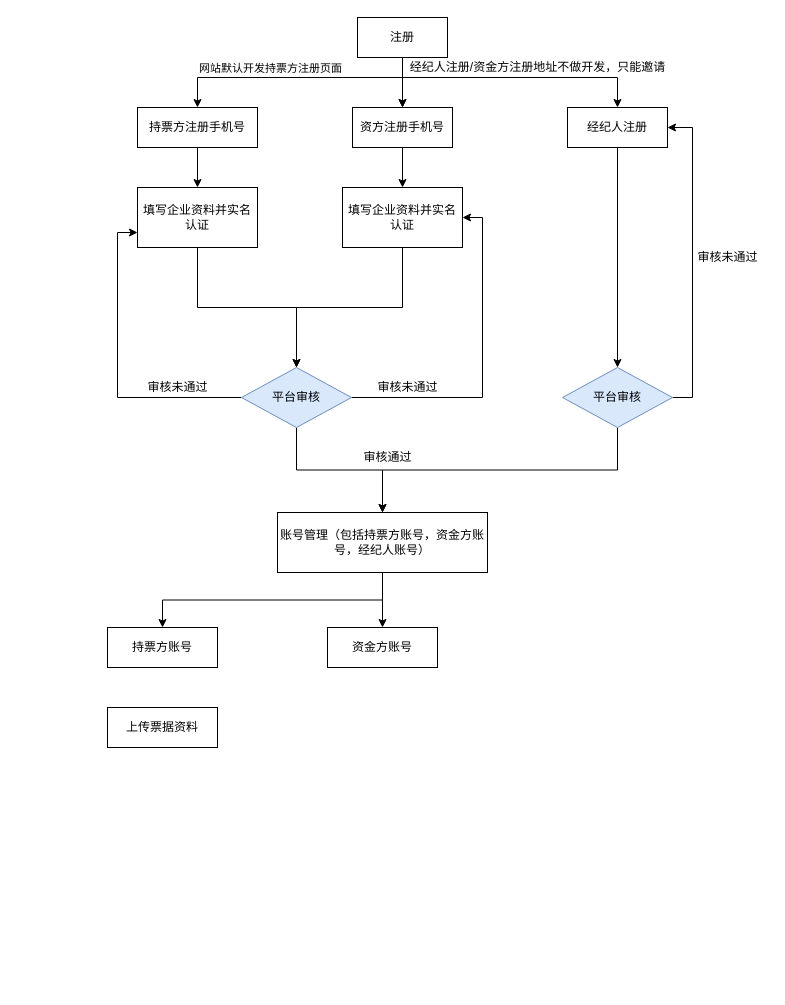
The draw.io diagram .github/Untitled Diagram.drawio in BringChen/bootstrap-fileinput, before the edit. Source tidied: cells renumbered, new cells numbered last; positions are measured from the earlier drawing's top-left corner, leaving out a move shared by most shapes. Both pictures are drawn from the tidied source at 100%, with x=0, y=0 at pixel (107, 17).
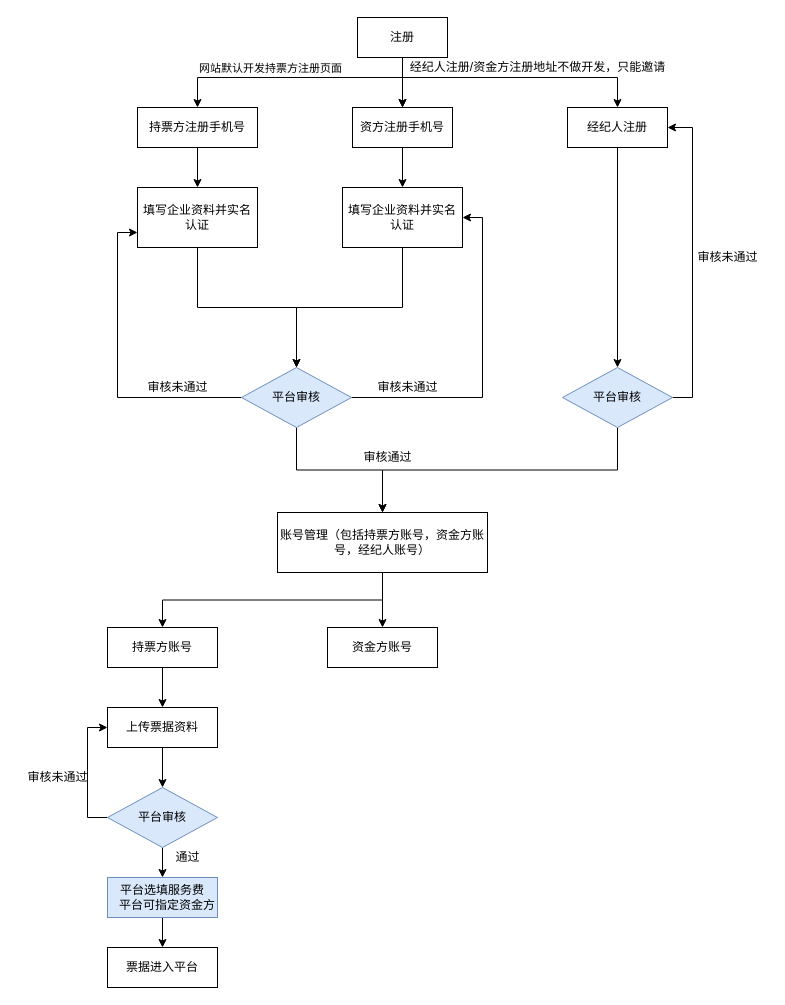
The same page after the edit.

Unchanged cells that the change refers to:
```xml
<mxCell id="33" value="持票方账号" style="rounded=0;whiteSpace=wrap;html=1;" parent="1" vertex="1">
  <mxGeometry y="610" width="110" height="40" as="geometry" />
</mxCell>
<mxCell id="35" value="上传票据资料" style="rounded=0;whiteSpace=wrap;html=1;" parent="1" vertex="1">
  <mxGeometry y="690" width="110" height="40" as="geometry" />
</mxCell>
```

Change to the diagram source:
```diff
@@
+    <mxCell id="36" style="edgeStyle=orthogonalEdgeStyle;rounded=0;jettySize=auto;html=1;exitX=0.5;exitY=1;exitDx=0;exitDy=0;entryX=0.5;entryY=0;entryDx=0;entryDy=0;" parent="1" edge="1" source="33" target="35">
+      <mxGeometry relative="1" as="geometry" />
+    </mxCell>
@@
+    <mxCell id="37" style="edgeStyle=orthogonalEdgeStyle;rounded=0;jettySize=auto;html=1;exitX=0.5;exitY=1;exitDx=0;exitDy=0;entryX=0.5;entryY=0;entryDx=0;entryDy=0;" parent="1" edge="1" source="35" target="40">
+      <mxGeometry relative="1" as="geometry" />
+    </mxCell>
@@
+    <mxCell id="38" style="edgeStyle=orthogonalEdgeStyle;rounded=0;jettySize=auto;html=1;exitX=0;exitY=0.5;exitDx=0;exitDy=0;entryX=0;entryY=0.5;entryDx=0;entryDy=0;" parent="1" edge="1" source="40" target="35">
+      <mxGeometry relative="1" as="geometry" />
+    </mxCell>
+    <mxCell id="39" style="edgeStyle=orthogonalEdgeStyle;rounded=0;jettySize=auto;html=1;exitX=0.5;exitY=1;exitDx=0;exitDy=0;entryX=0.5;entryY=0;entryDx=0;entryDy=0;" parent="1" edge="1" source="40" target="43">
+      <mxGeometry relative="1" as="geometry" />
+    </mxCell>
+    <mxCell id="40" value="平台审核" style="rhombus;whiteSpace=wrap;html=1;fillColor=#dae8fc;strokeColor=#6c8ebf;" parent="1" vertex="1">
+      <mxGeometry y="770" width="110" height="60" as="geometry" />
+    </mxCell>
+    <mxCell id="41" value="审核未通过" style="text;html=1;align=center;verticalAlign=middle;" parent="1" vertex="1">
+      <mxGeometry x="-90" y="750" width="80" height="20" as="geometry" />
+    </mxCell>
+    <mxCell id="42" style="edgeStyle=orthogonalEdgeStyle;rounded=0;jettySize=auto;html=1;exitX=0.5;exitY=1;exitDx=0;exitDy=0;entryX=0.5;entryY=0;entryDx=0;entryDy=0;" parent="1" edge="1" source="43" target="45">
+      <mxGeometry relative="1" as="geometry" />
+    </mxCell>
+    <mxCell id="43" value="平台选填服务费&lt;br&gt;&amp;nbsp; &amp;nbsp;平台可指定资金方" style="rounded=0;whiteSpace=wrap;html=1;fillColor=#dae8fc;strokeColor=#6c8ebf;" parent="1" vertex="1">
+      <mxGeometry y="860" width="110" height="40" as="geometry" />
+    </mxCell>
+    <mxCell id="44" value="通过" style="text;html=1;align=center;verticalAlign=middle;" parent="1" vertex="1">
+      <mxGeometry x="60" y="830" width="40" height="20" as="geometry" />
+    </mxCell>
+    <mxCell id="45" value="票据进入平台" style="rounded=0;whiteSpace=wrap;html=1;" parent="1" vertex="1">
+      <mxGeometry y="930" width="110" height="40" as="geometry" />
+    </mxCell>
```
